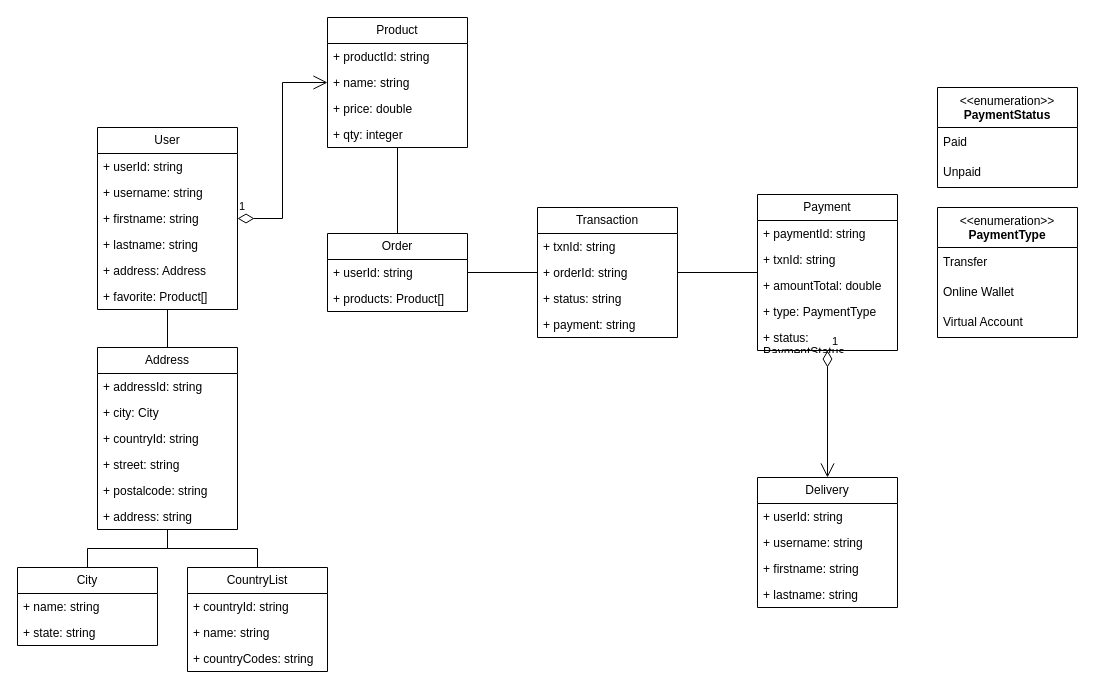
Before: page "Page-1" (1 of 2) of Coffeeshop.drawio in pradana4648/coffeeshop, a draw.io diagram. Source tidied: cells renumbered, new cells numbered last; positions are measured from the earlier drawing's top-left corner, leaving out a move shared by most shapes. Both pictures are drawn from the tidied source at 100%, with x=0, y=0 at pixel (17, 17).
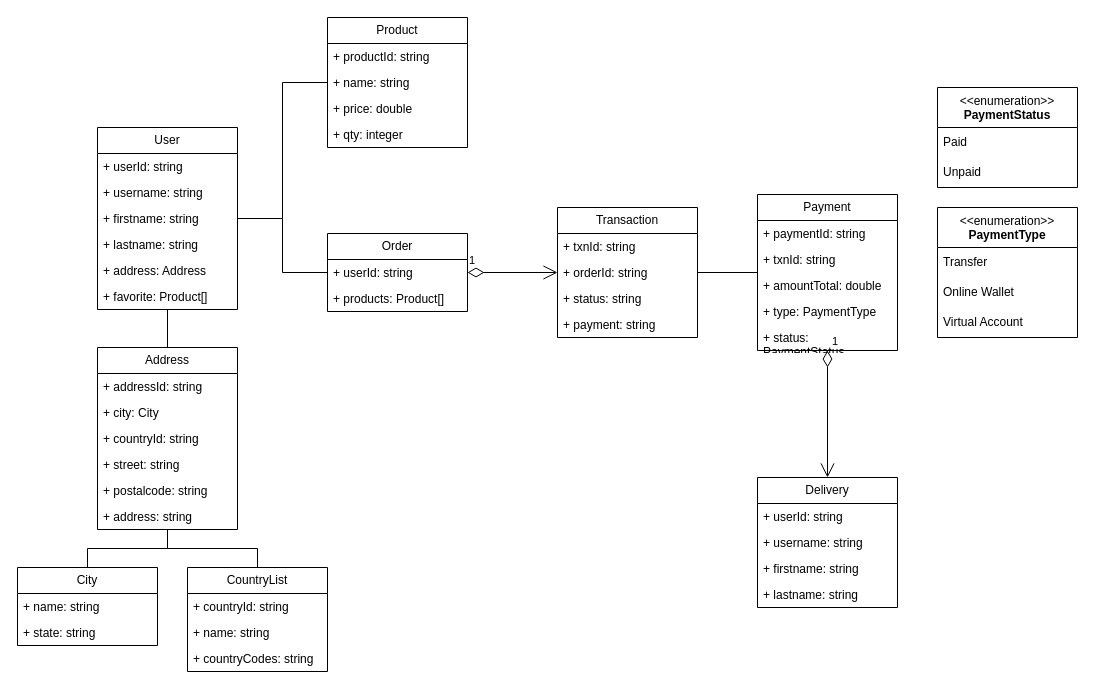
After the change.

The change refers to these unchanged cells:
```xml
<mxCell id="2" value="User" style="swimlane;fontStyle=0;horizontal=1;startSize=26;fillColor=none;whiteSpace=wrap;html=1;" parent="1" vertex="1">
  <mxGeometry x="80" y="110" width="140" height="182" as="geometry" />
</mxCell>
<mxCell id="9" value="Product" style="swimlane;fontStyle=0;horizontal=1;startSize=26;fillColor=none;whiteSpace=wrap;html=1;" parent="1" vertex="1">
  <mxGeometry x="310" width="140" height="130" as="geometry" />
</mxCell>
<mxCell id="14" value="Order" style="swimlane;fontStyle=0;horizontal=1;startSize=26;fillColor=none;whiteSpace=wrap;html=1;" parent="1" vertex="1">
  <mxGeometry x="310" y="216" width="140" height="78" as="geometry" />
</mxCell>
```

Change to the diagram source:
```diff
@@
     <mxCell id="17" value="Transaction" style="swimlane;fontStyle=0;horizontal=1;startSize=26;fillColor=none;whiteSpace=wrap;html=1;" parent="1" vertex="1">
-      <mxGeometry x="520" y="190" width="140" height="130" as="geometry" />
+      <mxGeometry x="540" y="190" width="140" height="130" as="geometry" />
     </mxCell>
@@
-    <mxCell id="51" value="1" style="endArrow=open;html=1;endSize=12;startArrow=diamondThin;startSize=14;startFill=0;edgeStyle=orthogonalEdgeStyle;align=left;verticalAlign=bottom;rounded=0;" parent="1" edge="1" source="2" target="9">
-      <mxGeometry x="-1" y="3" relative="1" as="geometry" />
-    </mxCell>
-    <mxCell id="52" style="endArrow=none;startArrow=none;endFill=0;startFill=0;html=1;rounded=0;edgeStyle=orthogonalEdgeStyle;" parent="1" edge="1" source="14" target="17">
-      <mxGeometry relative="1" as="geometry" />
-    </mxCell>
@@
-    <mxCell id="61" style="endArrow=none;startArrow=none;endFill=0;startFill=0;html=1;rounded=0;edgeStyle=orthogonalEdgeStyle;" parent="1" edge="1" source="9" target="14">
-      <mxGeometry relative="1" as="geometry" />
-    </mxCell>
+    <mxCell id="62" style="endArrow=none;startArrow=none;endFill=0;startFill=0;html=1;rounded=0;edgeStyle=orthogonalEdgeStyle;" parent="1" edge="1" source="2" target="14">
+      <mxGeometry relative="1" as="geometry" />
+    </mxCell>
+    <mxCell id="63" style="endArrow=none;startArrow=none;endFill=0;startFill=0;html=1;rounded=0;edgeStyle=orthogonalEdgeStyle;" parent="1" edge="1" source="2" target="9">
+      <mxGeometry relative="1" as="geometry" />
+    </mxCell>
+    <mxCell id="51" value="1" style="endArrow=open;html=1;endSize=12;startArrow=diamondThin;startSize=14;startFill=0;edgeStyle=orthogonalEdgeStyle;align=left;verticalAlign=bottom;rounded=0;" parent="1" edge="1" source="14" target="17">
+      <mxGeometry x="-1" y="3" relative="1" as="geometry" />
+    </mxCell>
```
